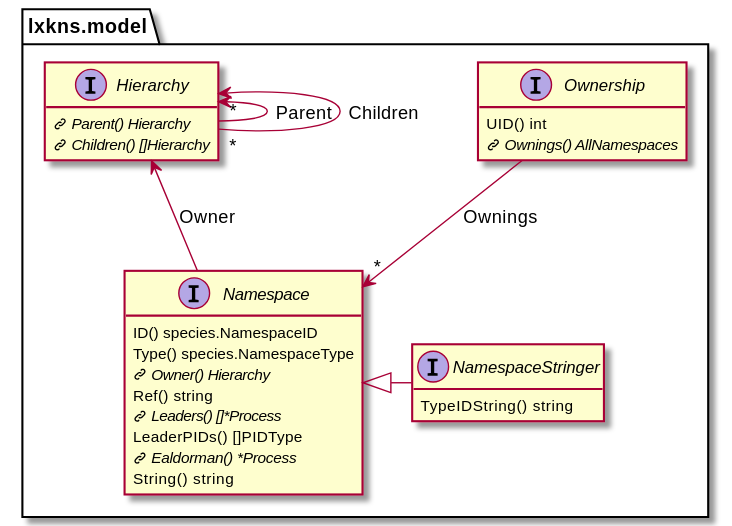
Above: docs/_images/lxkns-namespaces.svg in thediveo/lxkns (PlantUML), before the change. Its diagram source:
```plantuml
@startuml lxkns-namespaces
hide empty fields
hide empty methods
!define L <size:12><&link-intact></size><i>

package "lxkns.model" {

interface Hierarchy {
  L Parent() Hierarchy
  L Children() []Hierarchy
}

interface Ownership {
  UID() int
  L Ownings() AllNamespaces
}

Hierarchy "*" -up-> Hierarchy : Parent
Hierarchy <-down- "*" Hierarchy : Children

Hierarchy -[hidden] Ownership

Ownership --> "*" Namespace : "Ownings"

interface Namespace {
  ID() species.NamespaceID
  Type() species.NamespaceType
  L Owner() Hierarchy
  Ref() string
  L Leaders() []*Process
  LeaderPIDs() []PIDType
  L Ealdorman() *Process
  String() string
}

Hierarchy <-- Namespace : "Owner"

interface NamespaceStringer {
  TypeIDString() string
}
Namespace <|- NamespaceStringer

@enduml
```
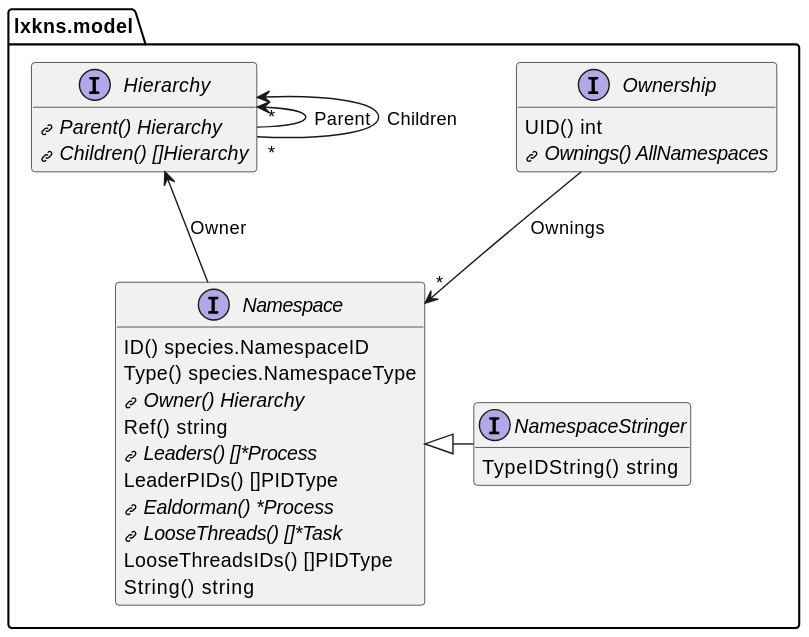
After the commit.

Change to the diagram source:
```diff
@@ -30,6 +30,8 @@
   L Leaders() []*Process
   LeaderPIDs() []PIDType
   L Ealdorman() *Process
+  L LooseThreads() []*Task
+  LooseThreadsIDs() []PIDType
   String() string
 }
 
```
